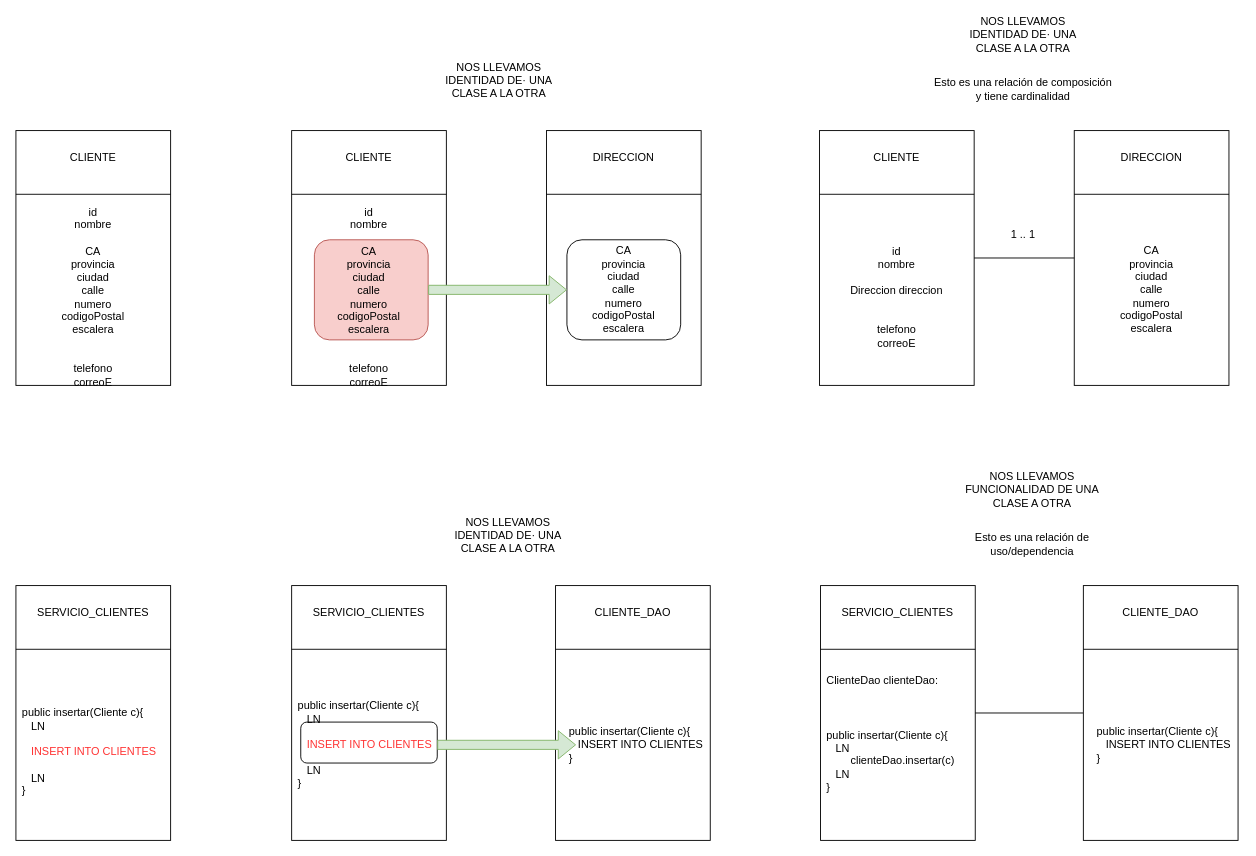
Before: page "Página-7" (7 of 10) of patrones_2022_5.drawio in lrag/Patrones, a draw.io diagram. Source tidied: cells renumbered, new cells numbered last; positions are measured from the earlier drawing's top-left corner, leaving out a move shared by most shapes. Both pictures are drawn from the tidied source at 91%, with x=0, y=0 at pixel (15, 21).
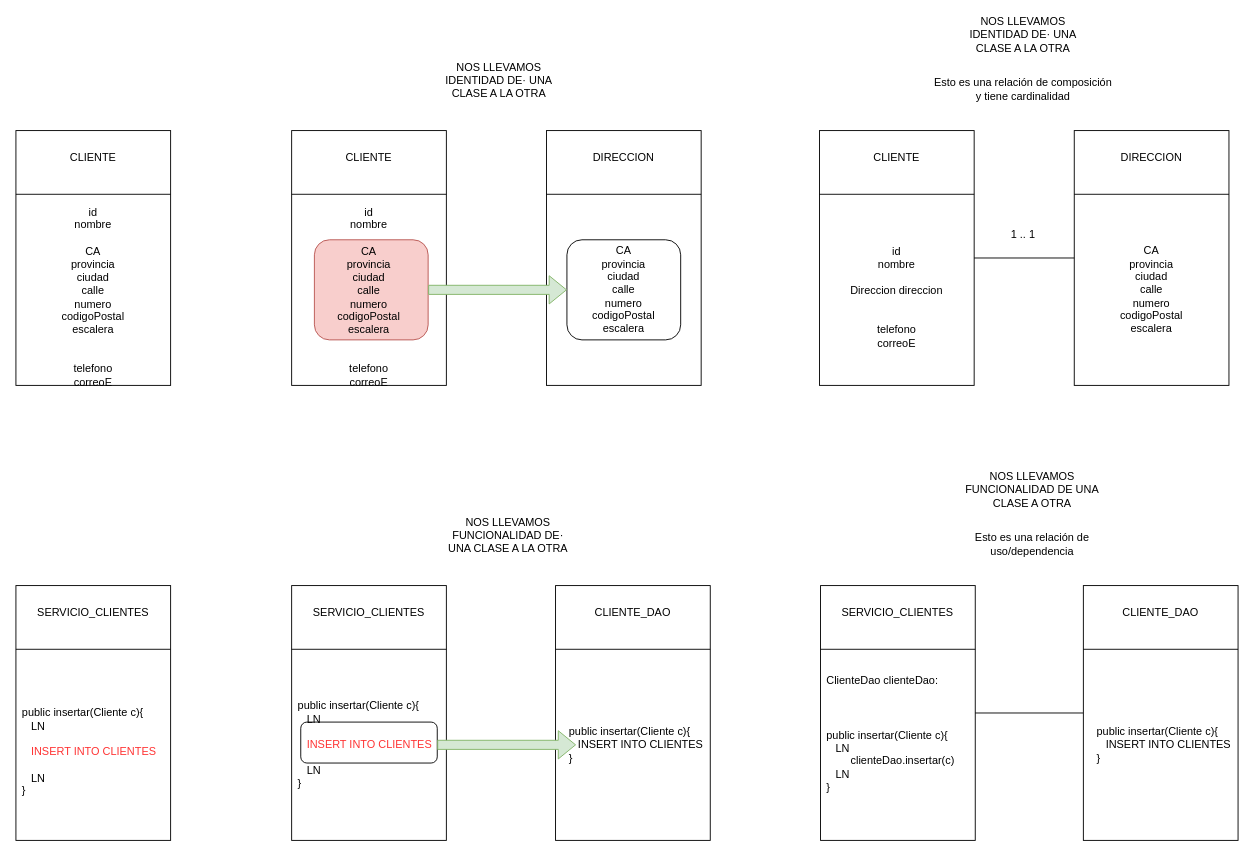
After the change.

Change to the diagram source:
```diff
@@
-    <mxCell id="33" value="NOS LLEVAMOS IDENTIDAD DE· UNA CLASE A LA OTRA" style="text;html=1;strokeColor=none;fillColor=none;align=center;verticalAlign=middle;whiteSpace=wrap;rounded=0;" parent="1" vertex="1">
+    <mxCell id="33" value="NOS LLEVAMOS FUNCIONALIDAD DE· UNA CLASE A LA OTRA" style="text;html=1;strokeColor=none;fillColor=none;align=center;verticalAlign=middle;whiteSpace=wrap;rounded=0;" parent="1" vertex="1">
       <mxGeometry x="465.5" y="550" width="150" height="30" as="geometry" />
     </mxCell>
```
